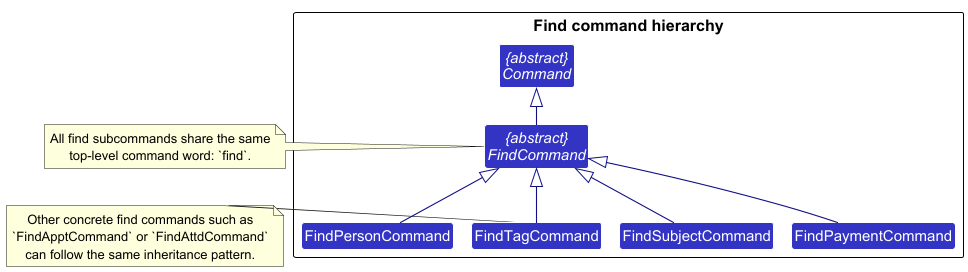
This is docs/images/FindCommandHierachyClassDiagram.png from khayliang/tp, a PlantUML export, as it was before one commit. Its diagram source:
```plantuml
@startuml
!include style.puml
!pragma layout smetana
skinparam arrowThickness 1.1
skinparam arrowColor LOGIC_COLOR_T4
skinparam classBackgroundColor LOGIC_COLOR
top to bottom direction

package "Find command hierarchy" {
abstract class "{abstract}\nCommand" as Command
abstract class "{abstract}\nFindCommand" as FindCommand

class FindPersonCommand
class FindTagCommand
class FindSubjectCommand
class FindPaymentCommand
}

FindCommand -up-|> Command

FindPersonCommand -up-|> FindCommand
FindTagCommand -up-|> FindCommand
FindSubjectCommand -up-|> FindCommand
FindPaymentCommand -up-|> FindCommand

note right of FindCommand
All find subcommands share the same
top-level command word: `find`.
end note

note right of FindTagCommand
Other concrete find commands such as
`FindApptCommand` or `FindAttdCommand`
can follow the same inheritance pattern.
end note

@enduml
```
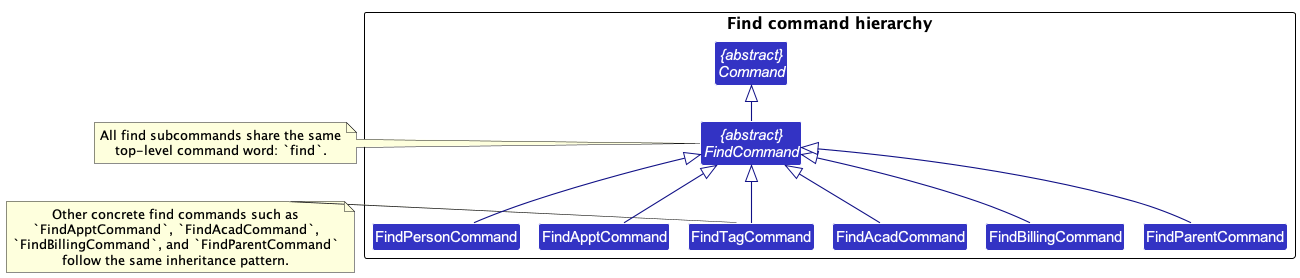
After the change.

Change to the diagram source:
```diff
@@ -11,17 +11,21 @@
 abstract class "{abstract}\nFindCommand" as FindCommand
 
 class FindPersonCommand
+class FindApptCommand
 class FindTagCommand
-class FindSubjectCommand
-class FindPaymentCommand
+class FindAcadCommand
+class FindBillingCommand
+class FindParentCommand
 }
 
 FindCommand -up-|> Command
 
 FindPersonCommand -up-|> FindCommand
+FindApptCommand -up-|> FindCommand
 FindTagCommand -up-|> FindCommand
-FindSubjectCommand -up-|> FindCommand
-FindPaymentCommand -up-|> FindCommand
+FindAcadCommand -up-|> FindCommand
+FindBillingCommand -up-|> FindCommand
+FindParentCommand -up-|> FindCommand
 
 note right of FindCommand
 All find subcommands share the same
@@ -30,8 +34,9 @@
 
 note right of FindTagCommand
 Other concrete find commands such as
-`FindApptCommand` or `FindAttdCommand`
-can follow the same inheritance pattern.
+`FindApptCommand`, `FindAcadCommand`,
+`FindBillingCommand`, and `FindParentCommand`
+follow the same inheritance pattern.
 end note
 
 @enduml
```
